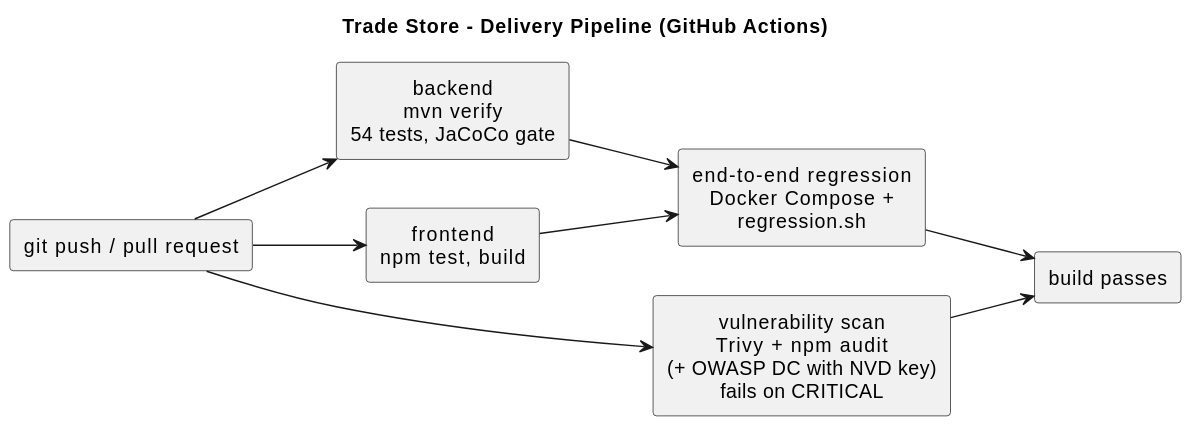
The PlantUML diagram docs/diagrams/cicd.svg in vijaydixitffis/dws-trade-app, before a commit.
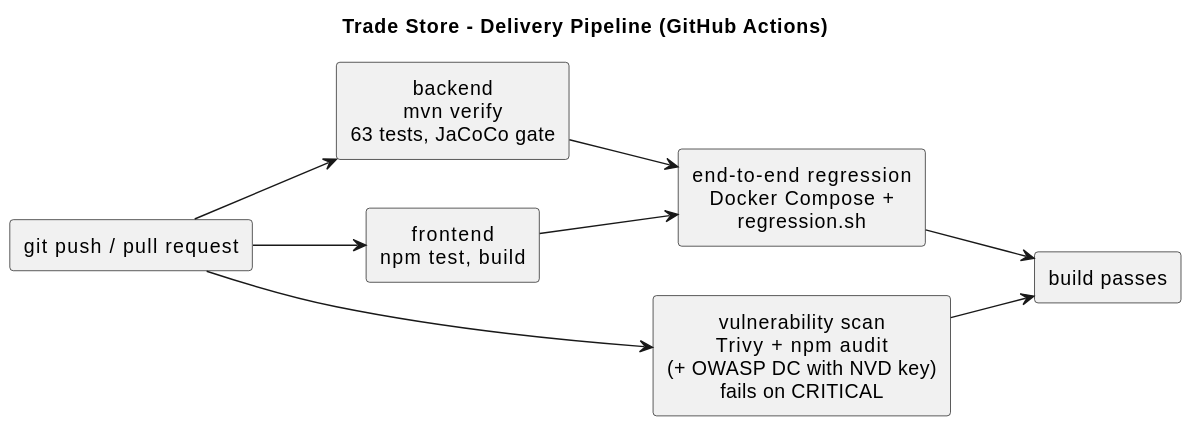
The same diagram one commit later.

What changed in the source:
```diff
@@ -5,7 +5,7 @@
 
 rectangle "git push / pull request" as push
 
-rectangle "backend\nmvn verify\n54 tests, JaCoCo gate" as backend
+rectangle "backend\nmvn verify\n63 tests, JaCoCo gate" as backend
 rectangle "frontend\nnpm test, build" as frontend
 rectangle "vulnerability scan\nTrivy + npm audit\n(+ OWASP DC with NVD key)\nfails on CRITICAL" as scan
 rectangle "end-to-end regression\nDocker Compose +\nregression.sh" as e2e
```
